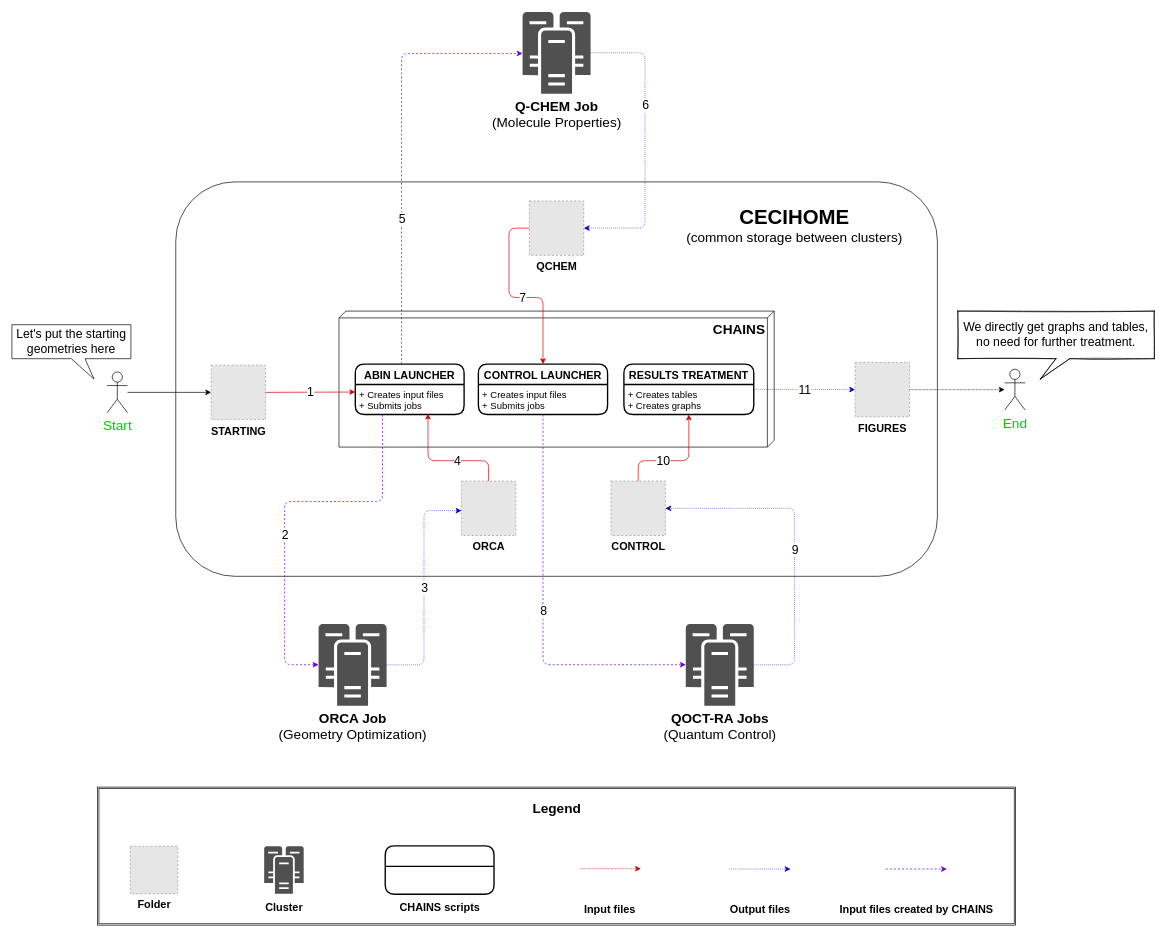
The draw.io diagram docs/source/figures/workflow.drawio in niacobel/CHAINS, before the edit. Source tidied: cells renumbered, new cells numbered last; positions are measured from the earlier drawing's top-left corner, leaving out a move shared by most shapes. Both pictures are drawn from the tidied source at 68%, with x=0, y=0 at pixel (12, 12). Pictures stored in the file or linked from it are replaced by grey dashed boxes.
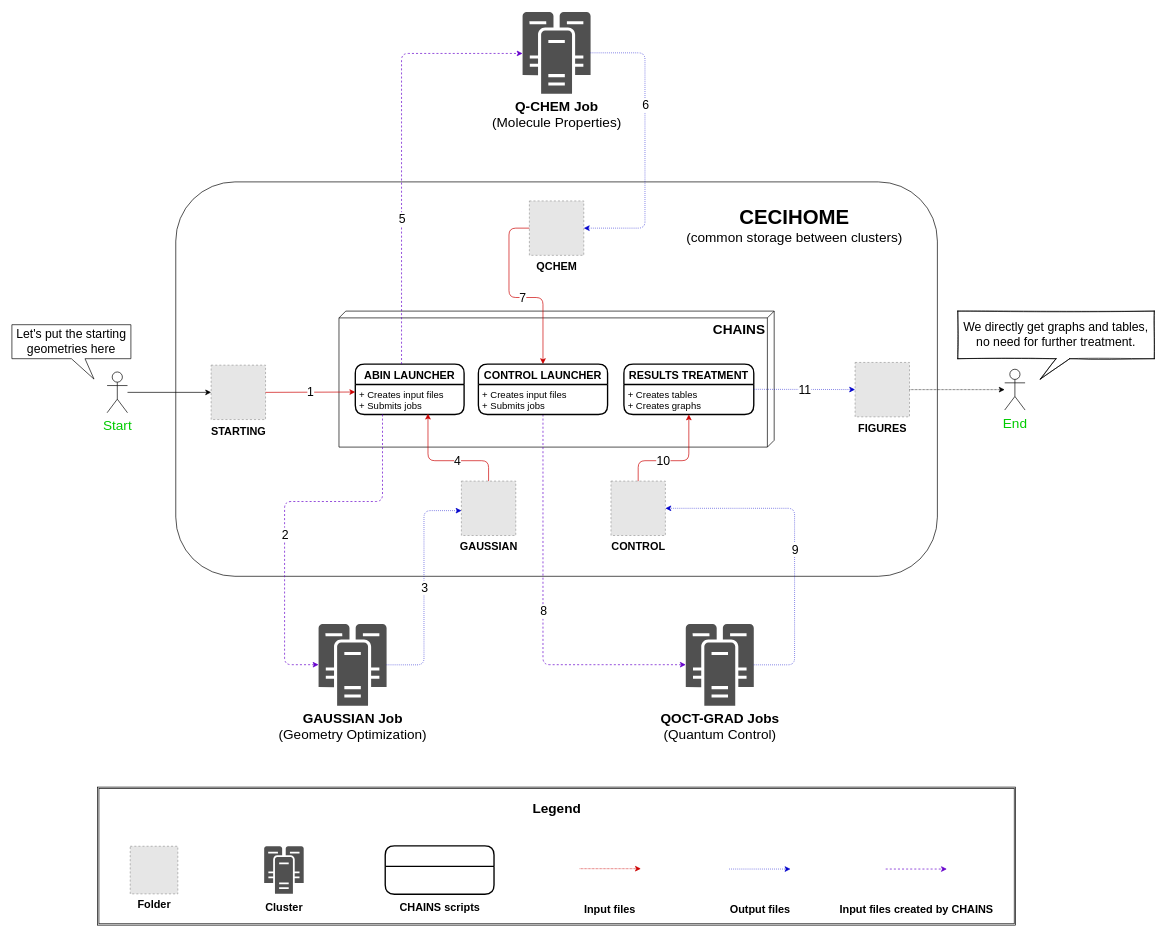
After the change.

Diff of the diagram source:
```diff
@@
-    <mxCell id="6" value="&lt;div&gt;ORCA&lt;/div&gt;" style="fillColor=#E6E6E6;strokeColor=#999999;dashed=1;html=1;verticalAlign=top;verticalLabelPosition=bottom;labelBackgroundColor=#ffffff;fontSize=16;fontStyle=1;" parent="1" vertex="1">
+    <mxCell id="6" value="GAUSSIAN" style="fillColor=#E6E6E6;strokeColor=#999999;dashed=1;html=1;verticalAlign=top;verticalLabelPosition=bottom;labelBackgroundColor=#ffffff;fontSize=16;fontStyle=1;" parent="1" vertex="1">
       <mxGeometry x="661" y="690" width="80" height="80" as="geometry" />
     </mxCell>
@@
-    <mxCell id="10" value="&lt;b&gt;ORCA Job&lt;/b&gt; &lt;br&gt;(Geometry Optimization)" style="shadow=0;dashed=0;html=1;strokeColor=none;fillColor=#505050;labelPosition=center;verticalLabelPosition=bottom;verticalAlign=top;outlineConnect=0;align=center;shape=mxgraph.office.servers.cluster_server;fontSize=20;rounded=1;" parent="1" vertex="1">
+    <mxCell id="10" value="&lt;b&gt;GAUSSIAN Job&lt;/b&gt; &lt;br&gt;(Geometry Optimization)" style="shadow=0;dashed=0;html=1;strokeColor=none;fillColor=#505050;labelPosition=center;verticalLabelPosition=bottom;verticalAlign=top;outlineConnect=0;align=center;shape=mxgraph.office.servers.cluster_server;fontSize=20;rounded=1;" parent="1" vertex="1">
       <mxGeometry x="451" y="900" width="100" height="120.4" as="geometry" />
     </mxCell>
@@
-    <mxCell id="12" value="&lt;b&gt;QOCT-RA Jobs&lt;/b&gt; &lt;br&gt;(Quantum Control)" style="shadow=0;dashed=0;html=1;strokeColor=none;fillColor=#505050;labelPosition=center;verticalLabelPosition=bottom;verticalAlign=top;outlineConnect=0;align=center;shape=mxgraph.office.servers.cluster_server;fontSize=20;rounded=1;" parent="1" vertex="1">
+    <mxCell id="12" value="&lt;b&gt;QOCT-GRAD Jobs&lt;/b&gt; &lt;br&gt;(Quantum Control)" style="shadow=0;dashed=0;html=1;strokeColor=none;fillColor=#505050;labelPosition=center;verticalLabelPosition=bottom;verticalAlign=top;outlineConnect=0;align=center;shape=mxgraph.office.servers.cluster_server;fontSize=20;rounded=1;" parent="1" vertex="1">
       <mxGeometry x="991" y="900" width="100" height="120.4" as="geometry" />
     </mxCell>
```
